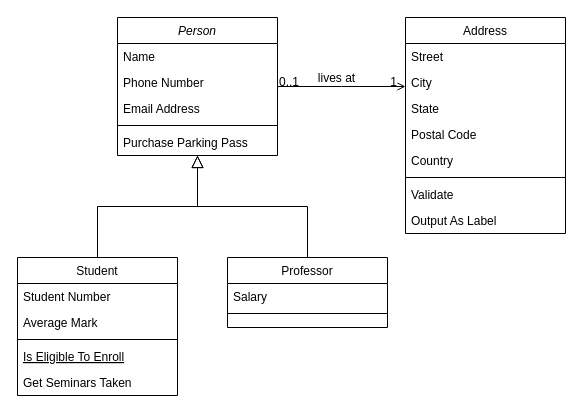
This is Diagrams/BankAccountDesign.drawio from Homer-Mctavish/projects, a draw.io file, before an edit. Source tidied: cells renumbered, new cells numbered last; positions are measured from the earlier drawing's top-left corner, leaving out a move shared by most shapes. Both pictures are drawn from the tidied source at 100%, with x=0, y=0 at pixel (17, 17).
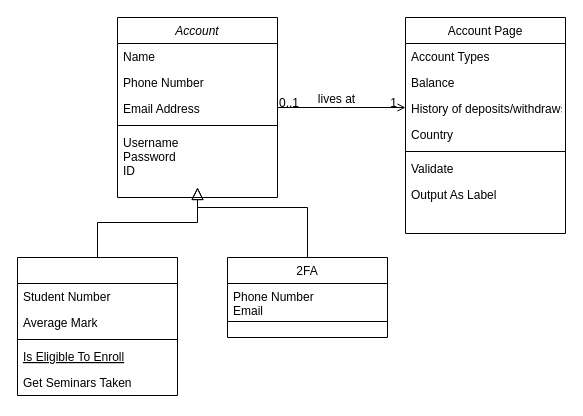
The same diagram, later.

Diff of the diagram source:
```diff
@@
-    <mxCell id="2" value="Person" style="swimlane;fontStyle=2;align=center;verticalAlign=top;horizontal=1;startSize=26;rounded=0;shadow=0;strokeWidth=1;" parent="1" vertex="1">
-      <mxGeometry x="100" width="160" height="138" as="geometry" />
+    <mxCell id="2" value="Account" style="swimlane;fontStyle=2;align=center;verticalAlign=top;horizontal=1;startSize=26;rounded=0;shadow=0;strokeWidth=1;" parent="1" vertex="1">
+      <mxGeometry x="100" width="160" height="180" as="geometry" />
     </mxCell>
@@
-    <mxCell id="7" value="Purchase Parking Pass" style="text;align=left;verticalAlign=top;spacingLeft=4;spacingRight=4;overflow=hidden;" parent="2" vertex="1">
-      <mxGeometry y="112" width="160" height="26" as="geometry" />
+    <mxCell id="7" value="Username&#10;Password&#10;ID" style="text;align=left;verticalAlign=top;spacingLeft=4;spacingRight=4;overflow=hidden;" parent="2" vertex="1">
+      <mxGeometry y="112" width="160" height="58" as="geometry" />
     </mxCell>
-    <mxCell id="8" value="Student" style="swimlane;fontStyle=0;align=center;verticalAlign=top;horizontal=1;startSize=26;rounded=0;shadow=0;strokeWidth=1;" parent="1" vertex="1">
+    <mxCell id="8" style="swimlane;fontStyle=0;align=center;verticalAlign=top;horizontal=1;startSize=26;rounded=0;shadow=0;strokeWidth=1;" parent="1" vertex="1">
       <mxGeometry y="240" width="160" height="138" as="geometry" />
     </mxCell>
@@
-    <mxCell id="14" style="endArrow=block;endSize=10;endFill=0;shadow=0;strokeWidth=1;rounded=0;edgeStyle=elbowEdgeStyle;elbow=vertical;" parent="1" edge="1" source="8" target="2">
-      <mxGeometry relative="1" as="geometry" />
+    <mxCell id="14" style="endArrow=block;endSize=10;endFill=0;shadow=0;strokeWidth=1;rounded=0;edgeStyle=elbowEdgeStyle;elbow=vertical;" parent="1" edge="1" source="8">
+      <mxGeometry relative="1" as="geometry">
+        <mxPoint x="180" y="170" as="targetPoint" />
+      </mxGeometry>
     </mxCell>
-    <mxCell id="15" value="Professor" style="swimlane;fontStyle=0;align=center;verticalAlign=top;horizontal=1;startSize=26;rounded=0;shadow=0;strokeWidth=1;" parent="1" vertex="1">
-      <mxGeometry x="210" y="240" width="160" height="70" as="geometry" />
+    <mxCell id="15" value="2FA" style="swimlane;fontStyle=0;align=center;verticalAlign=top;horizontal=1;startSize=26;rounded=0;shadow=0;strokeWidth=1;" parent="1" vertex="1">
+      <mxGeometry x="210" y="240" width="160" height="80" as="geometry" />
     </mxCell>
-    <mxCell id="16" value="Salary" style="text;align=left;verticalAlign=top;spacingLeft=4;spacingRight=4;overflow=hidden;" parent="15" vertex="1">
-      <mxGeometry y="26" width="160" height="26" as="geometry" />
+    <mxCell id="16" value="Phone Number&#10;Email" style="text;align=left;verticalAlign=top;spacingLeft=4;spacingRight=4;overflow=hidden;" parent="15" vertex="1">
+      <mxGeometry y="26" width="160" height="34" as="geometry" />
     </mxCell>
     <mxCell id="17" style="line;html=1;strokeWidth=1;align=left;verticalAlign=middle;spacingTop=-1;spacingLeft=3;spacingRight=3;labelPosition=right;" parent="15" vertex="1">
-      <mxGeometry y="52" width="160" height="8" as="geometry" />
+      <mxGeometry y="60" width="160" height="8" as="geometry" />
     </mxCell>
-    <mxCell id="18" style="endArrow=block;endSize=10;endFill=0;shadow=0;strokeWidth=1;rounded=0;edgeStyle=elbowEdgeStyle;elbow=vertical;" parent="1" edge="1" source="15" target="2">
-      <mxGeometry relative="1" as="geometry" />
+    <mxCell id="18" style="endArrow=block;endSize=10;endFill=0;shadow=0;strokeWidth=1;rounded=0;edgeStyle=elbowEdgeStyle;elbow=vertical;" parent="1" edge="1" source="15">
+      <mxGeometry relative="1" as="geometry">
+        <mxPoint x="180" y="170" as="targetPoint" />
+        <Array as="points">
+          <mxPoint x="180" y="190" />
+        </Array>
+      </mxGeometry>
     </mxCell>
-    <mxCell id="19" value="Address" style="swimlane;fontStyle=0;align=center;verticalAlign=top;horizontal=1;startSize=26;rounded=0;shadow=0;strokeWidth=1;" parent="1" vertex="1">
+    <mxCell id="19" value="Account Page" style="swimlane;fontStyle=0;align=center;verticalAlign=top;horizontal=1;startSize=26;rounded=0;shadow=0;strokeWidth=1;" parent="1" vertex="1">
       <mxGeometry x="388" width="160" height="216" as="geometry" />
     </mxCell>
-    <mxCell id="20" value="Street" style="text;align=left;verticalAlign=top;spacingLeft=4;spacingRight=4;overflow=hidden;" parent="19" vertex="1">
+    <mxCell id="20" value="Account Types" style="text;align=left;verticalAlign=top;spacingLeft=4;spacingRight=4;overflow=hidden;" parent="19" vertex="1">
       <mxGeometry y="26" width="160" height="26" as="geometry" />
     </mxCell>
-    <mxCell id="21" value="City" style="text;align=left;verticalAlign=top;spacingLeft=4;spacingRight=4;overflow=hidden;rounded=0;shadow=0;html=0;" parent="19" vertex="1">
+    <mxCell id="21" value="Balance" style="text;align=left;verticalAlign=top;spacingLeft=4;spacingRight=4;overflow=hidden;rounded=0;shadow=0;html=0;" parent="19" vertex="1">
       <mxGeometry y="52" width="160" height="26" as="geometry" />
     </mxCell>
-    <mxCell id="22" value="State" style="text;align=left;verticalAlign=top;spacingLeft=4;spacingRight=4;overflow=hidden;rounded=0;shadow=0;html=0;" parent="19" vertex="1">
+    <mxCell id="22" value="History of deposits/withdraws" style="text;align=left;verticalAlign=top;spacingLeft=4;spacingRight=4;overflow=hidden;rounded=0;shadow=0;html=0;" parent="19" vertex="1">
       <mxGeometry y="78" width="160" height="26" as="geometry" />
     </mxCell>
-    <mxCell id="23" value="Postal Code" style="text;align=left;verticalAlign=top;spacingLeft=4;spacingRight=4;overflow=hidden;rounded=0;shadow=0;html=0;" parent="19" vertex="1">
-      <mxGeometry y="104" width="160" height="26" as="geometry" />
-    </mxCell>
     <mxCell id="24" value="Country" style="text;align=left;verticalAlign=top;spacingLeft=4;spacingRight=4;overflow=hidden;rounded=0;shadow=0;html=0;" parent="19" vertex="1">
-      <mxGeometry y="130" width="160" height="26" as="geometry" />
+      <mxGeometry y="104" width="160" height="26" as="geometry" />
     </mxCell>
     <mxCell id="25" style="line;html=1;strokeWidth=1;align=left;verticalAlign=middle;spacingTop=-1;spacingLeft=3;spacingRight=3;labelPosition=right;" parent="19" vertex="1">
-      <mxGeometry y="156" width="160" height="8" as="geometry" />
+      <mxGeometry y="130" width="160" height="8" as="geometry" />
     </mxCell>
     <mxCell id="26" value="Validate" style="text;align=left;verticalAlign=top;spacingLeft=4;spacingRight=4;overflow=hidden;" parent="19" vertex="1">
-      <mxGeometry y="164" width="160" height="26" as="geometry" />
+      <mxGeometry y="138" width="160" height="26" as="geometry" />
     </mxCell>
     <mxCell id="27" value="Output As Label" style="text;align=left;verticalAlign=top;spacingLeft=4;spacingRight=4;overflow=hidden;" parent="19" vertex="1">
-      <mxGeometry y="190" width="160" height="26" as="geometry" />
+      <mxGeometry y="164" width="160" height="26" as="geometry" />
     </mxCell>
```
